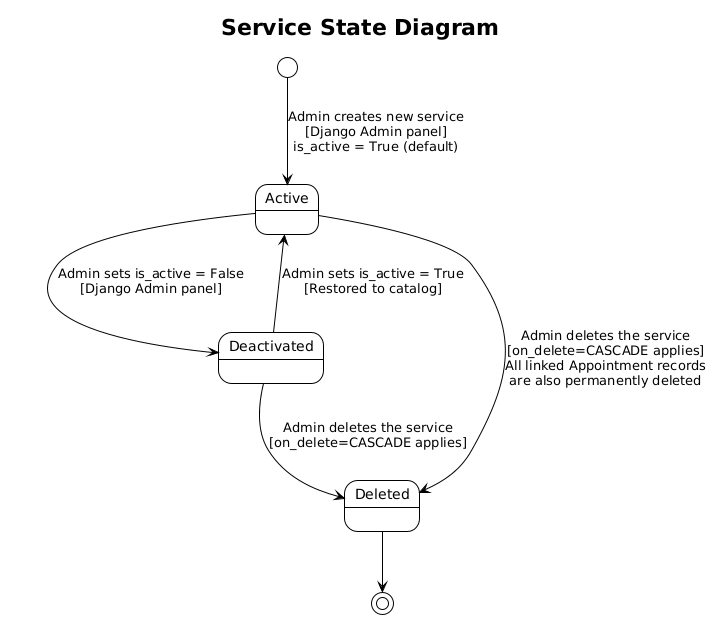
Above: Service_State_Diagram.png in mahxri/COMP2171-Hair-Booking (PlantUML), before the change. The source it was exported from:
```plantuml
@startuml
!theme plain
hide empty description
title Service State Diagram

[*] --> Active : Admin creates new service\n[Django Admin panel]\nis_active = True (default)

state Active {
    Active:
}

Active --> Deactivated : Admin sets is_active = False\n[Django Admin panel]

state Deactivated {
    Deactivated:
}

Deactivated --> Active : Admin sets is_active = True\n[Restored to catalog]

Active --> Deleted : Admin deletes the service\n[on_delete=CASCADE applies]\nAll linked Appointment records\nare also permanently deleted

Deactivated --> Deleted : Admin deletes the service\n[on_delete=CASCADE applies]

state Deleted {
    Deleted:
}

Deleted --> [*]
@enduml
```
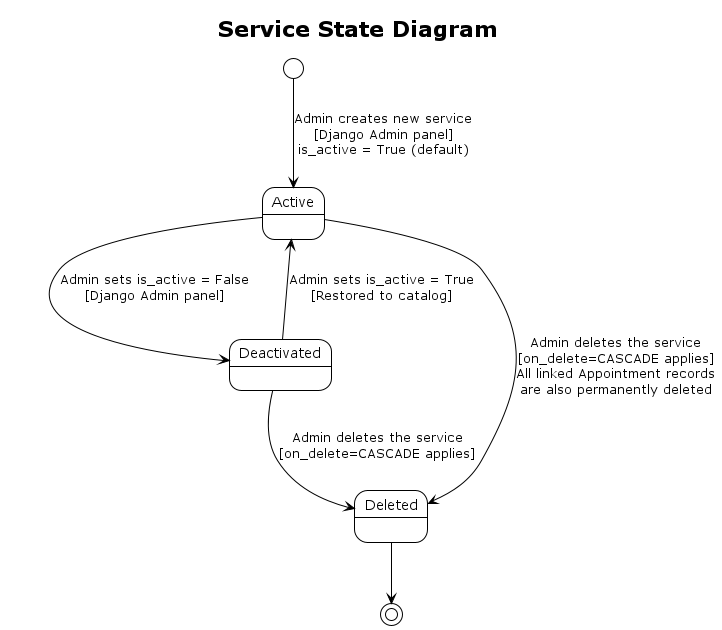
The same file after the commit.

Change to the diagram source:
```diff
@@ -1,4 +1,4 @@
-@startuml
+@startuml Service_State_Diagram
 !theme plain
 hide empty description
 title Service State Diagram
@@ -26,4 +26,5 @@
 }
 
 Deleted --> [*]
+
 @enduml
```
